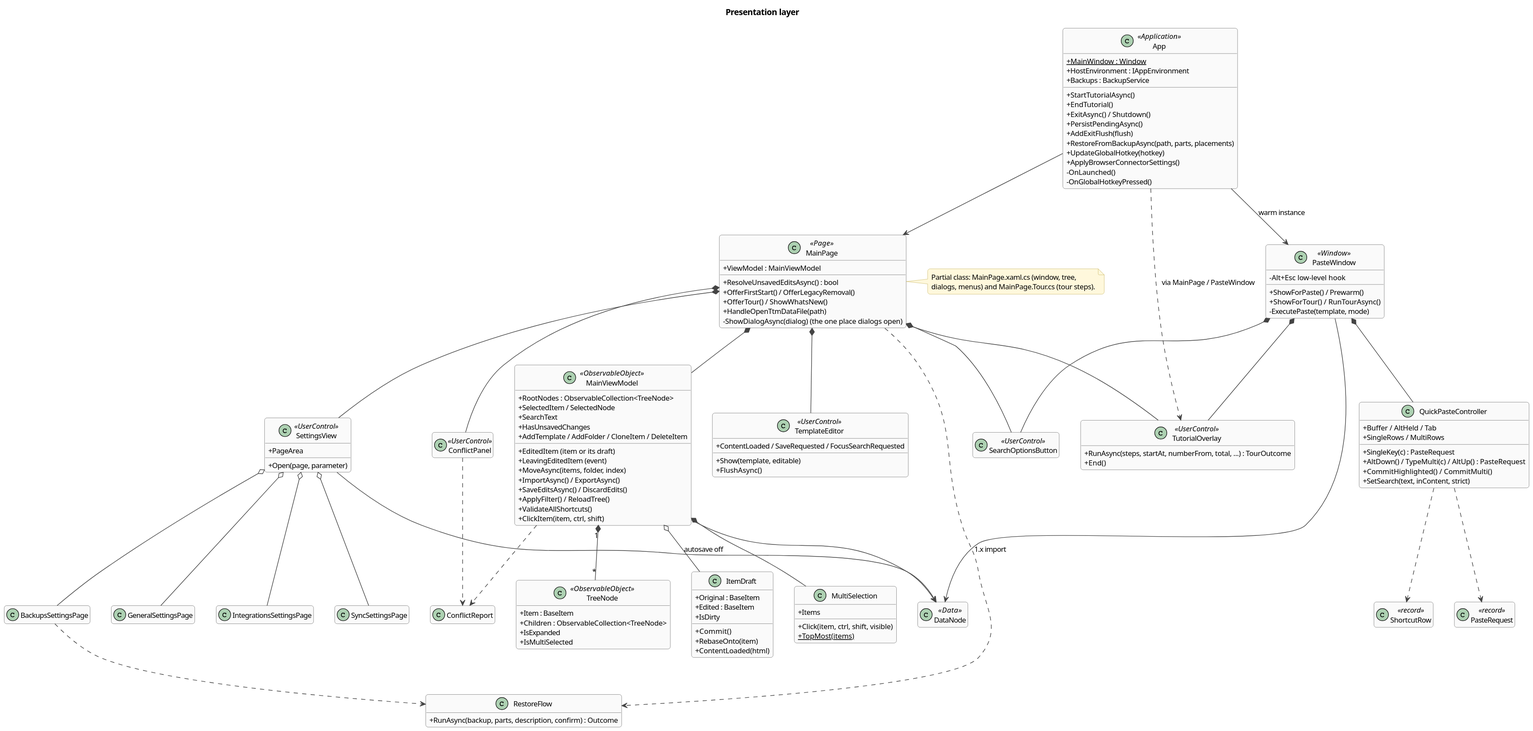
Above: docs/architecture/diagrams/class-ui.svg in halatsWol/TextTemplateManager-v2 (PlantUML), before the change.
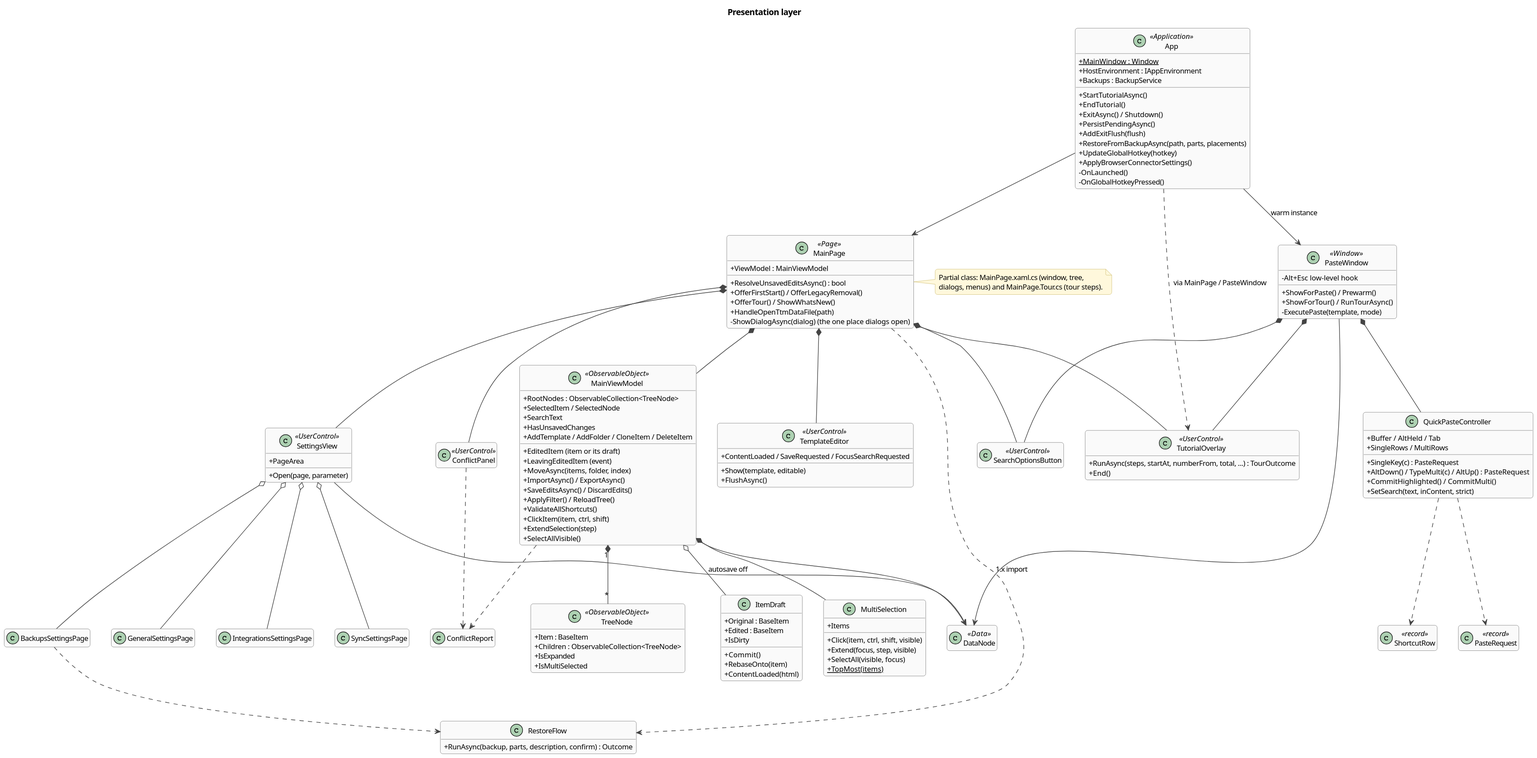
After the change.

Commit message:
tree: Shift+Up/Down and Ctrl+A select several rows; manual, tour, architecture

Change to the diagram source:
```diff
@@ -45,6 +45,8 @@
   +ApplyFilter() / ReloadTree()
   +ValidateAllShortcuts()
   +ClickItem(item, ctrl, shift)
+  +ExtendSelection(step)
+  +SelectAllVisible()
 }
 class TreeNode <<ObservableObject>> {
   +Item : BaseItem
@@ -63,6 +65,8 @@
 class MultiSelection {
   +Items
   +Click(item, ctrl, shift, visible)
+  +Extend(focus, step, visible)
+  +SelectAll(visible, focus)
   +{static} TopMost(items)
 }
 class ConflictReport
```
